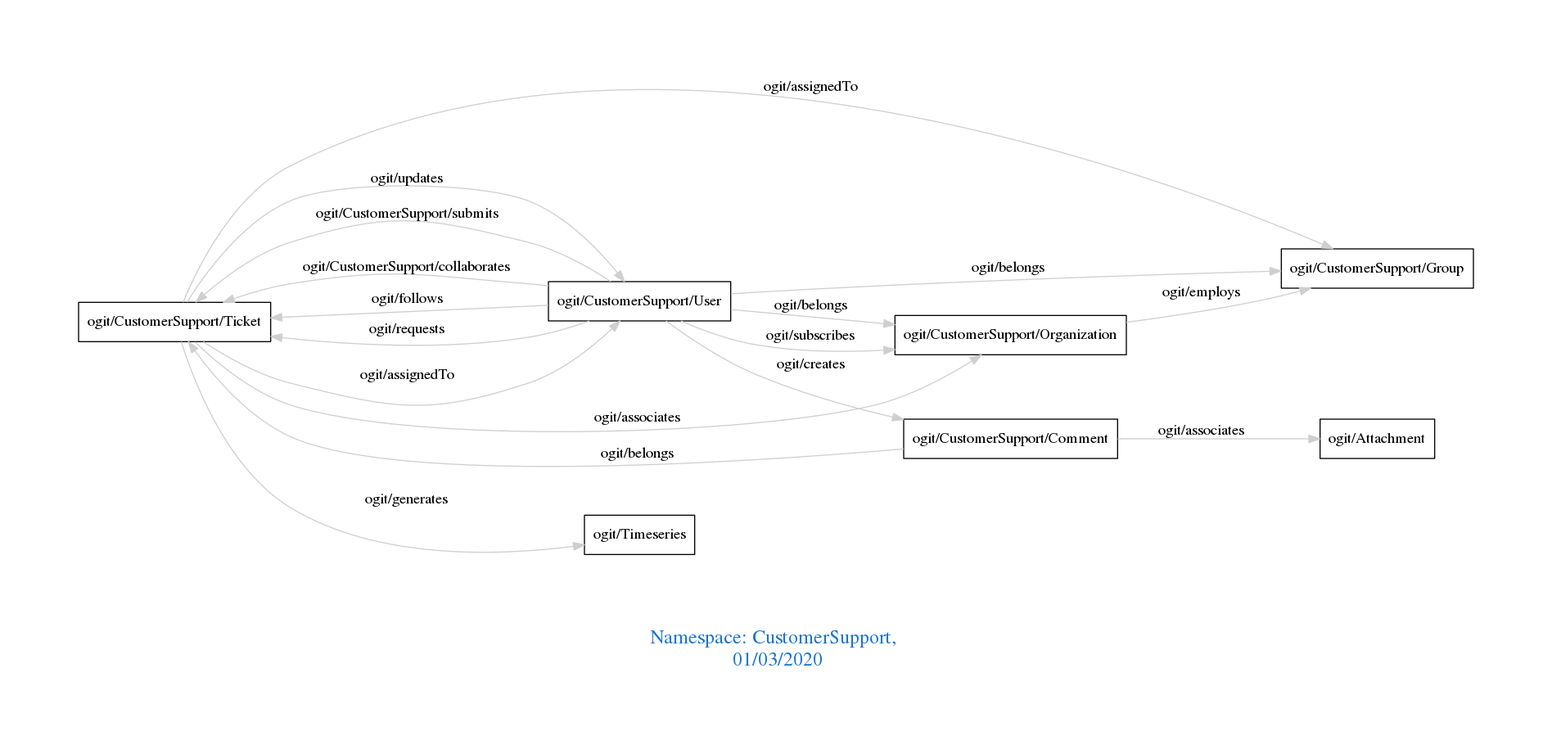
This is downloads/CustomerSupport.png from arago/OGIT, a Graphviz export, as it was before one commit. Its source is kept beside it as downloads/CustomerSupport.dot.
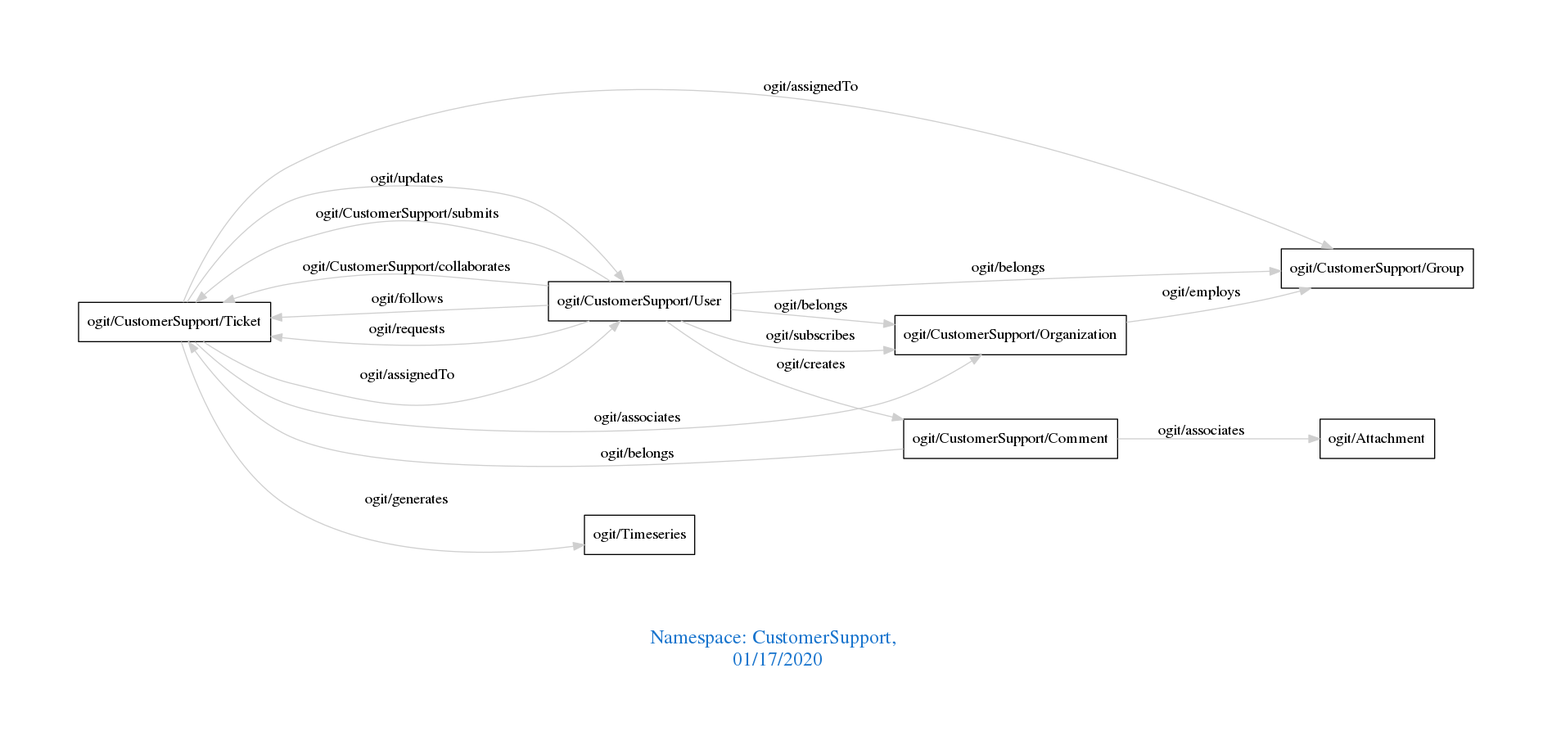
Later version of the same file.

Change to the diagram source:
```diff
@@ -1,7 +1,7 @@
 digraph OGIT_ontology {
  graph [ rankdir= LR,pad=1
 fontsize = 18,
-fontcolor= dodgerblue3,label = "\n\n\nNamespace: CustomerSupport, \n 01/03/2020"];
+fontcolor= dodgerblue3,label = "\n\n\nNamespace: CustomerSupport, \n 01/17/2020"];
 node[shape=polygon];
 edge [  color="gray81"];
 
```
